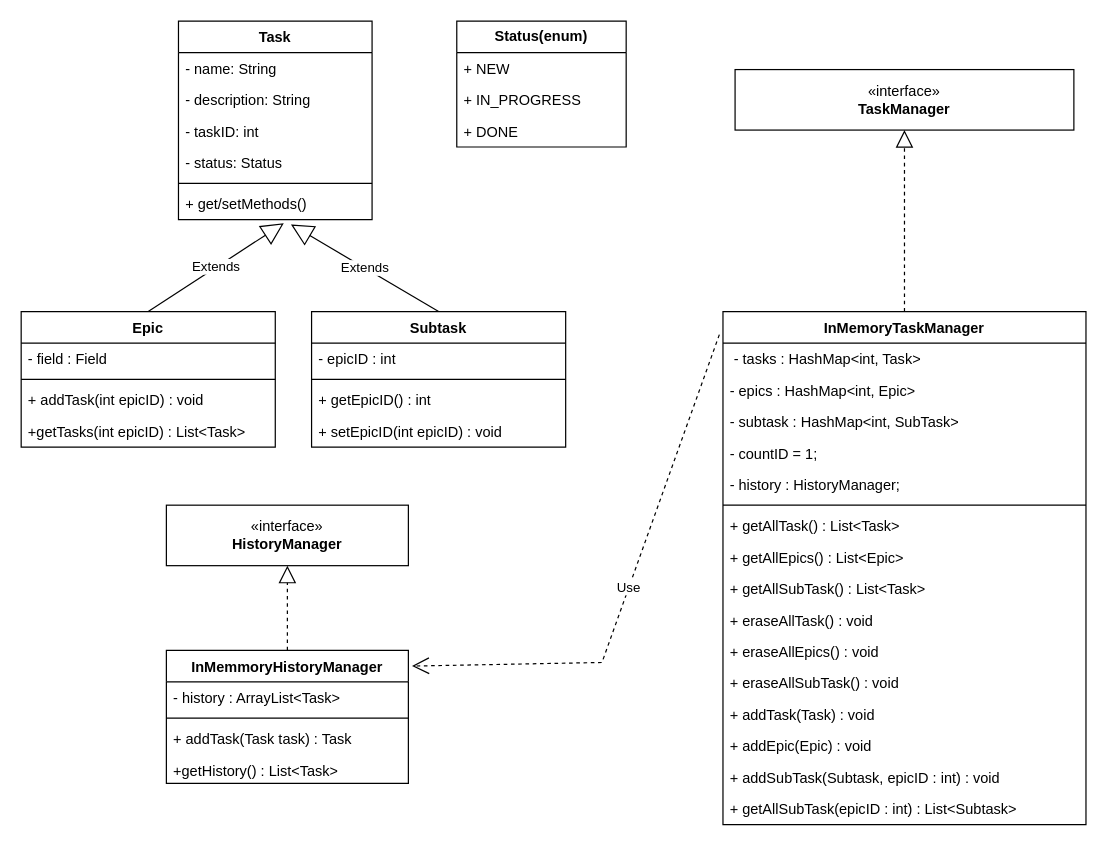
Before: page "UML" (1 of 2) of UML.drawio in Clim-Chugunkin/java-kanban, a draw.io diagram. Source tidied: cells renumbered, new cells numbered last; positions are measured from the earlier drawing's top-left corner, leaving out a move shared by most shapes. Both pictures are drawn from the tidied source at 121%, with x=0, y=0 at pixel (21, 21).
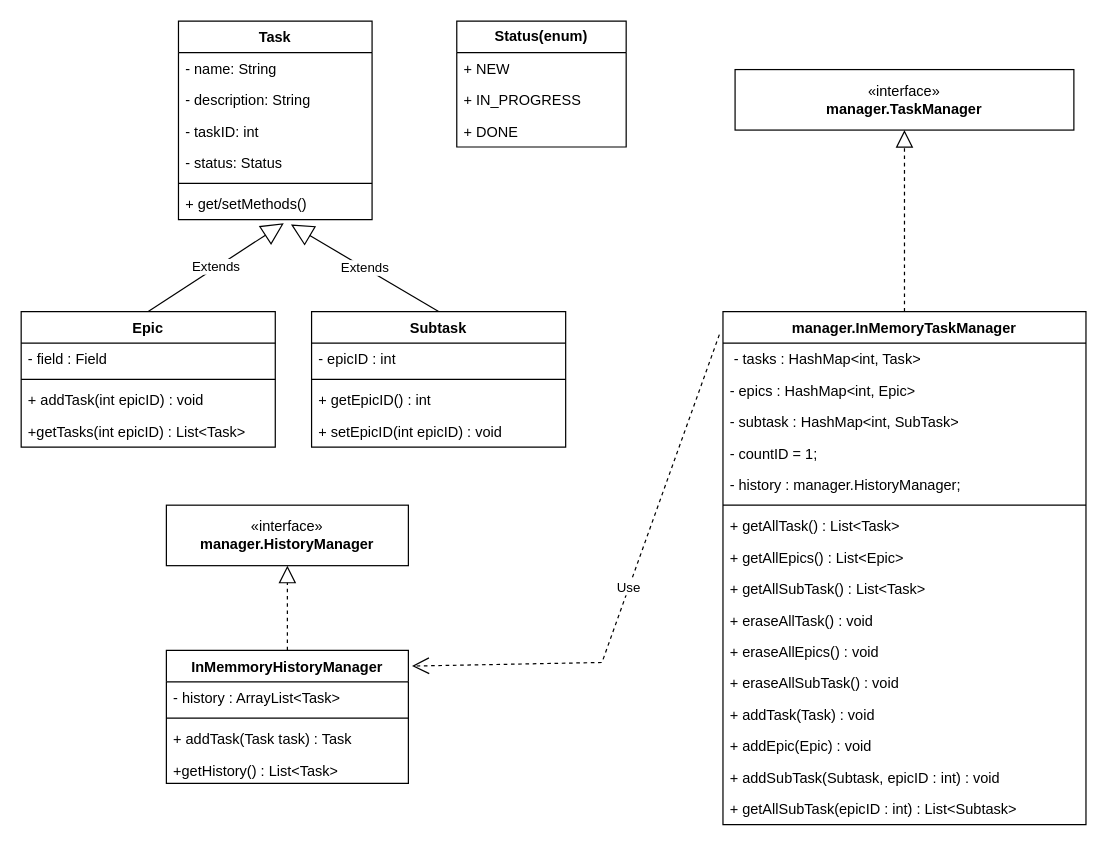
Above is the later version.

The edit, as a diff of the source:
```diff
@@
-    <mxCell id="19" value="InMemoryTaskManager" style="swimlane;fontStyle=1;align=center;verticalAlign=top;horizontal=1;startSize=26;whiteSpace=wrap;html=1;" parent="1" vertex="1">
+    <mxCell id="19" value="manager.InMemoryTaskManager" style="swimlane;fontStyle=1;align=center;verticalAlign=top;horizontal=1;startSize=26;whiteSpace=wrap;html=1;" parent="1" vertex="1">
       <mxGeometry x="580" y="240" width="300" height="424" as="geometry" />
     </mxCell>
@@
-    <mxCell id="24" value="- history : HistoryManager;" style="text;strokeColor=none;fillColor=none;align=left;verticalAlign=top;spacingLeft=4;spacingRight=4;overflow=hidden;whiteSpace=wrap;html=1;" parent="19" vertex="1">
+    <mxCell id="24" value="- history : manager.HistoryManager;" style="text;strokeColor=none;fillColor=none;align=left;verticalAlign=top;spacingLeft=4;spacingRight=4;overflow=hidden;whiteSpace=wrap;html=1;" parent="19" vertex="1">
       <mxGeometry y="130" width="300" height="26" as="geometry" />
     </mxCell>
@@
-    <mxCell id="42" value="«interface»&lt;br&gt;&lt;b&gt;TaskManager&lt;/b&gt;" style="html=1;whiteSpace=wrap;" parent="1" vertex="1">
+    <mxCell id="42" value="«interface»&lt;br&gt;&lt;b&gt;manager.TaskManager&lt;/b&gt;" style="html=1;whiteSpace=wrap;" parent="1" vertex="1">
       <mxGeometry x="590" y="40" width="280" height="50" as="geometry" />
     </mxCell>
@@
-    <mxCell id="44" value="«interface»&lt;br&gt;&lt;b&gt;HistoryManager&lt;/b&gt;" style="html=1;whiteSpace=wrap;" parent="1" vertex="1">
+    <mxCell id="44" value="«interface»&lt;br&gt;&lt;b&gt;manager.HistoryManager&lt;/b&gt;" style="html=1;whiteSpace=wrap;" parent="1" vertex="1">
       <mxGeometry x="120" y="400" width="200" height="50" as="geometry" />
     </mxCell>
```
